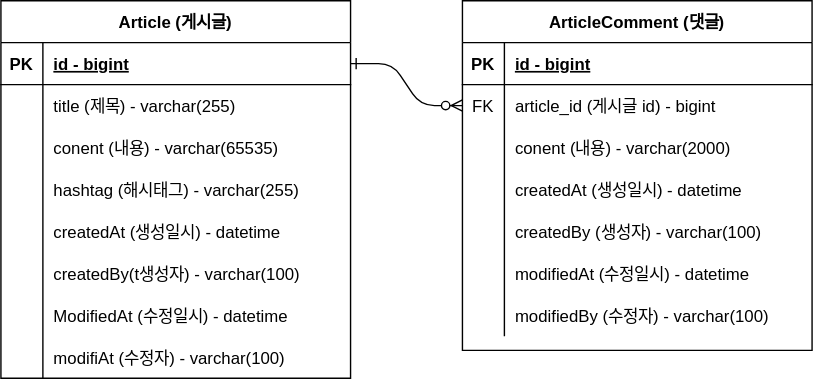
Earlier version of the draw.io export document/project-board-erd.svg (bdd99237/springboot-board). Source tidied: cells renumbered, new cells last; positions are measured from the earlier drawing's top-left corner, leaving out a move shared by most shapes.
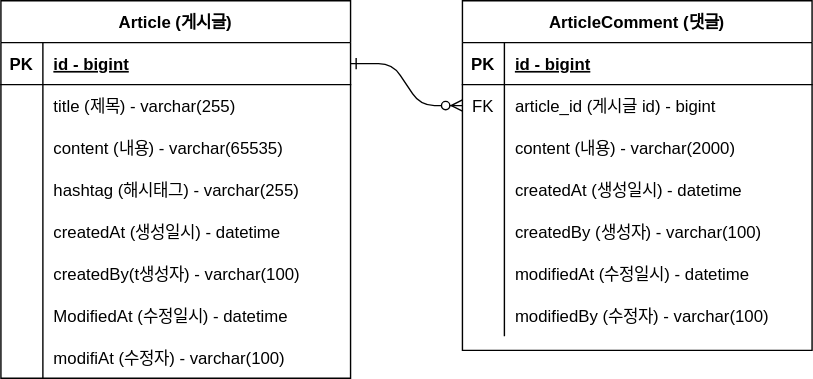
Above is the later version.

Commit message:
#7 - 오타 수정 project-board-erd.svg 업데이트

Change to the diagram source:
```diff
@@ -32,7 +32,7 @@
     <mxCell id="11" style="shape=partialRectangle;overflow=hidden;fillColor=none;top=0;left=0;bottom=0;right=0;" parent="10" vertex="1">
       <mxGeometry width="30" height="30" as="geometry" />
     </mxCell>
-    <mxCell id="12" value="conent (내용) - varchar(2000)" style="shape=partialRectangle;overflow=hidden;fillColor=none;top=0;left=0;bottom=0;right=0;align=left;spacingLeft=6;" parent="10" vertex="1">
+    <mxCell id="12" value="content (내용) - varchar(2000)" style="shape=partialRectangle;overflow=hidden;fillColor=none;top=0;left=0;bottom=0;right=0;align=left;spacingLeft=6;" parent="10" vertex="1">
       <mxGeometry x="30" width="220" height="30" as="geometry" />
     </mxCell>
     <mxCell id="13" style="shape=partialRectangle;fillColor=none;top=0;left=0;right=0;bottom=0;" parent="3" vertex="1">
@@ -98,7 +98,7 @@
     <mxCell id="33" style="shape=partialRectangle;overflow=hidden;fillColor=none;top=0;left=0;bottom=0;right=0;" parent="32" vertex="1">
       <mxGeometry width="30" height="30" as="geometry" />
     </mxCell>
-    <mxCell id="34" value="conent (내용) - varchar(65535)" style="shape=partialRectangle;overflow=hidden;fillColor=none;top=0;left=0;bottom=0;right=0;align=left;spacingLeft=6;" parent="32" vertex="1">
+    <mxCell id="34" value="content (내용) - varchar(65535)" style="shape=partialRectangle;overflow=hidden;fillColor=none;top=0;left=0;bottom=0;right=0;align=left;spacingLeft=6;" parent="32" vertex="1">
       <mxGeometry x="30" width="220" height="30" as="geometry" />
     </mxCell>
     <mxCell id="35" style="shape=partialRectangle;fillColor=none;top=0;left=0;right=0;bottom=0;" parent="25" vertex="1">
```
